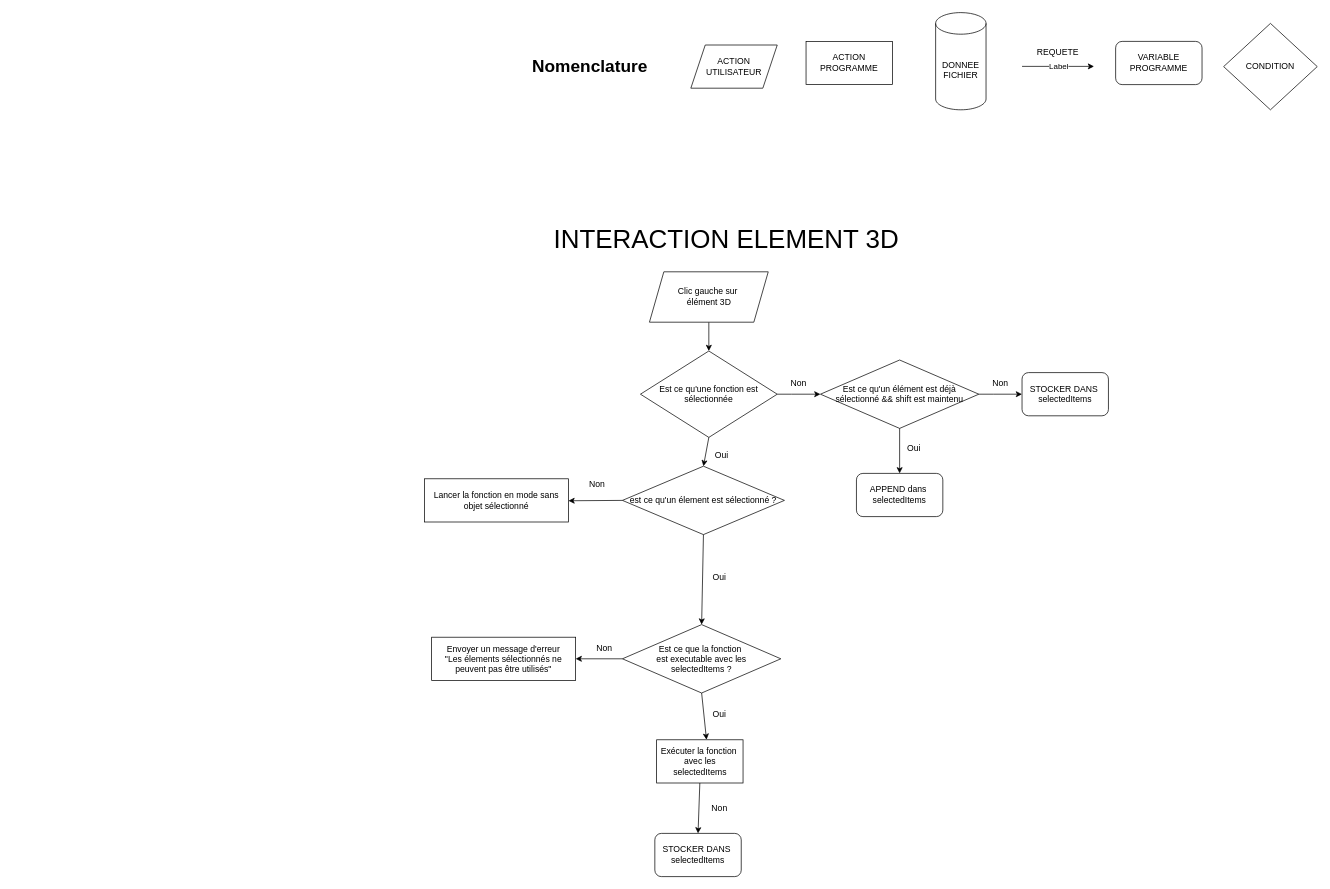
The draw.io diagram DIAGRAMME_PJT.drawio in alexandreb49/english_project, before the edit. Source tidied: cells renumbered, new cells numbered last; positions are measured from the earlier drawing's top-left corner, leaving out a move shared by most shapes. Both pictures are drawn from the tidied source at 72%, with x=0, y=0 at pixel (424, 12).
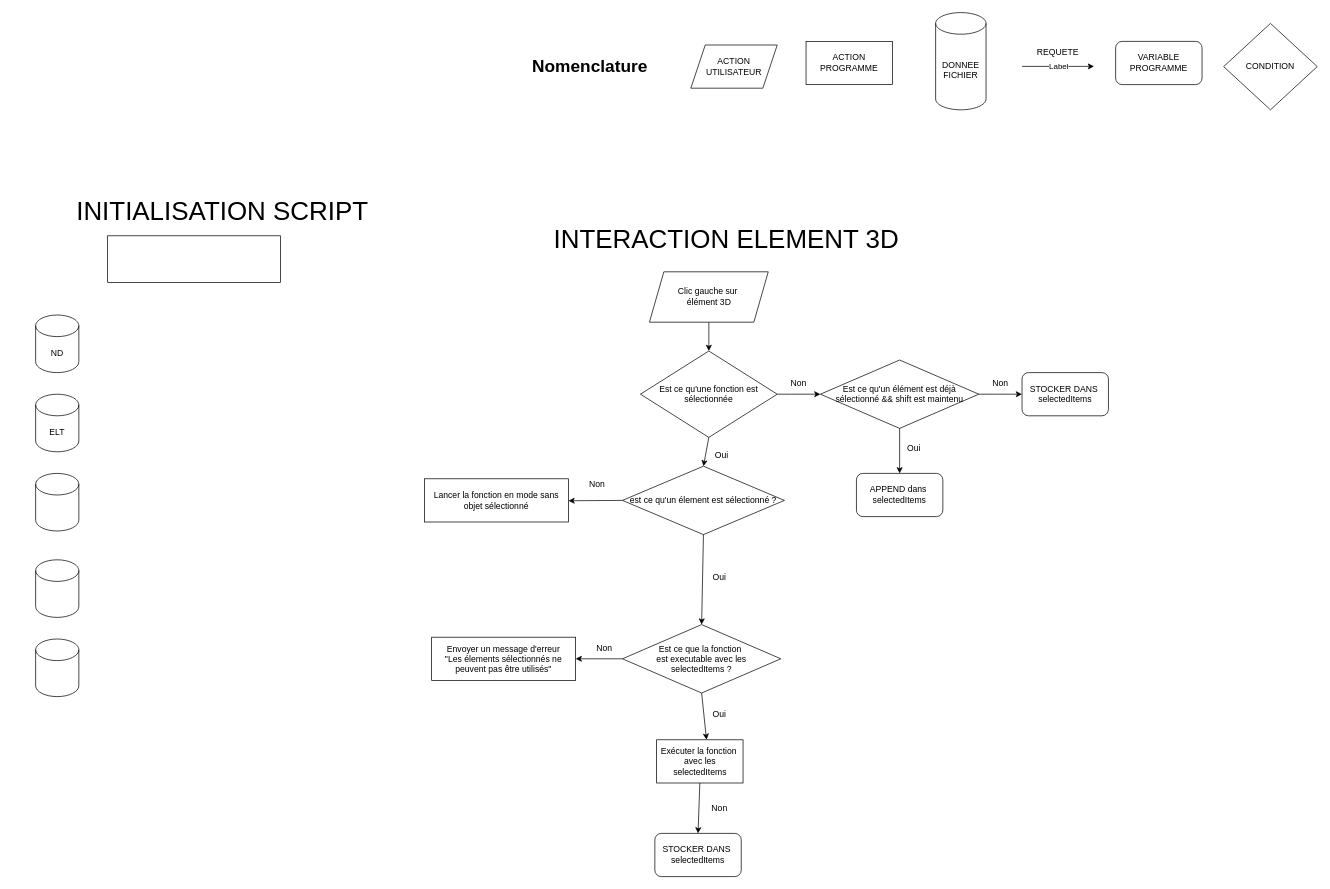
The same diagram, later.

Commit message:
Mettre à jour DIAGRAMME_PJT.drawio

The edit, as a diff of the source:
```diff
@@
+    <mxCell id="42" style="rounded=0;whiteSpace=wrap;html=1;" parent="1" vertex="1">
+      <mxGeometry x="-440" y="310" width="240" height="65" as="geometry" />
+    </mxCell>
+    <mxCell id="43" value="&lt;font style=&quot;font-size: 36px;&quot;&gt;INITIALISATION SCRIPT&lt;/font&gt;" style="text;html=1;align=center;verticalAlign=middle;whiteSpace=wrap;rounded=0;" parent="1" vertex="1">
+      <mxGeometry x="-572.5" y="260" width="582.5" height="30" as="geometry" />
+    </mxCell>
+    <mxCell id="44" value="ND" style="shape=cylinder3;whiteSpace=wrap;html=1;boundedLbl=1;backgroundOutline=1;size=15;" parent="1" vertex="1">
+      <mxGeometry x="-540" y="420" width="60" height="80" as="geometry" />
+    </mxCell>
+    <mxCell id="45" value="ELT" style="shape=cylinder3;whiteSpace=wrap;html=1;boundedLbl=1;backgroundOutline=1;size=15;" parent="1" vertex="1">
+      <mxGeometry x="-540" y="530" width="60" height="80" as="geometry" />
+    </mxCell>
+    <mxCell id="46" style="shape=cylinder3;whiteSpace=wrap;html=1;boundedLbl=1;backgroundOutline=1;size=15;" parent="1" vertex="1">
+      <mxGeometry x="-540" y="640" width="60" height="80" as="geometry" />
+    </mxCell>
+    <mxCell id="47" style="shape=cylinder3;whiteSpace=wrap;html=1;boundedLbl=1;backgroundOutline=1;size=15;" parent="1" vertex="1">
+      <mxGeometry x="-540" y="760" width="60" height="80" as="geometry" />
+    </mxCell>
+    <mxCell id="48" style="shape=cylinder3;whiteSpace=wrap;html=1;boundedLbl=1;backgroundOutline=1;size=15;" parent="1" vertex="1">
+      <mxGeometry x="-540" y="870" width="60" height="80" as="geometry" />
+    </mxCell>
```
